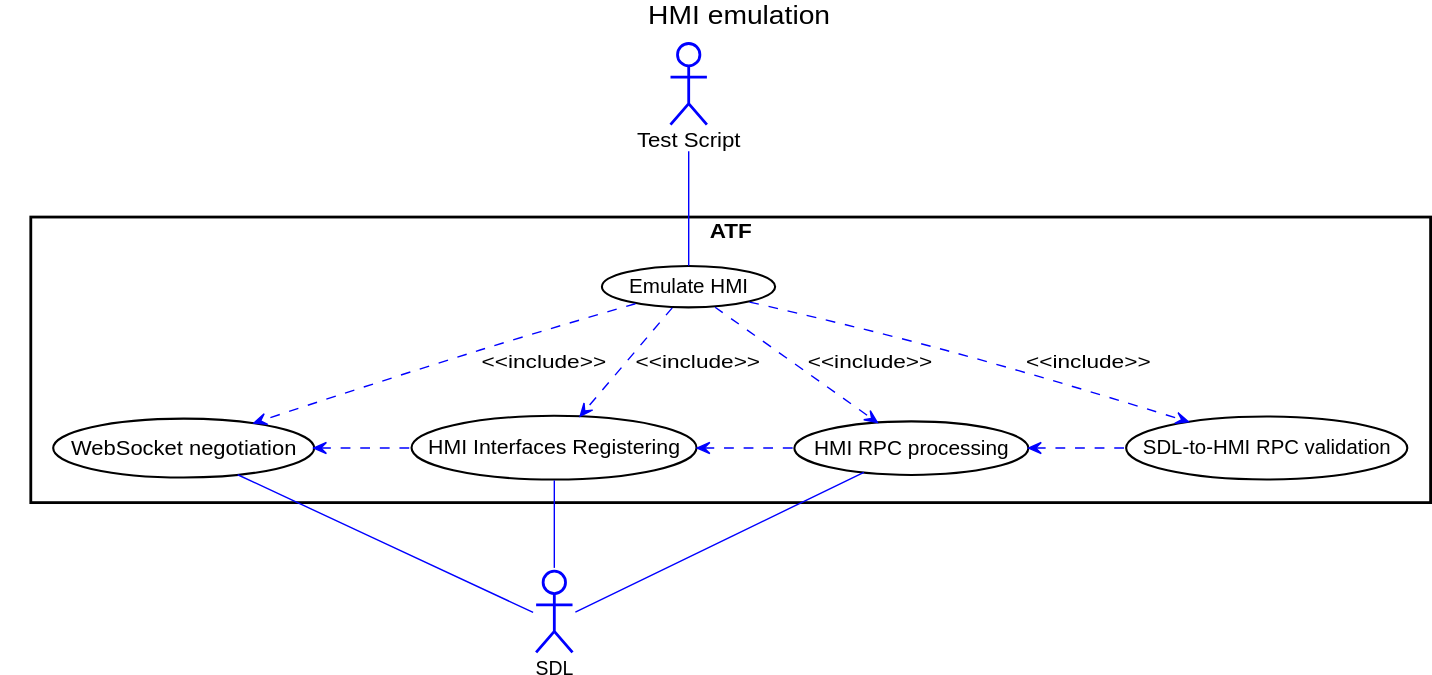
smartdevicelink/sdl_core_guides keeps this PlantUML diagram as docs/ATF/Use Case View/assets/6_manipulations_hmi.svg. Above is the earlier version. Its source is kept beside it as docs/ATF/Use Case View/assets/6_manipulations_hmi.plantuml. Source of this version:
```plantuml
@startuml

skinparam shadowing false
skinparam actorBackgroundColor white
skinparam actorBorderColor blue
skinparam usecase {
	BackgroundColor white
	BorderColor black

	ArrowColor blue
	ActorBorderColor blue
}
title HMI emulation

actor "Test Script" as :script:
actor :SDL:
rectangle ATF {
    usecase (Emulate HMI)                  as (e_hmi)
    usecase (WebSocket negotiation)        as (negotiation)
    usecase (HMI Interfaces Registering)   as (interfaces)
    usecase (HMI RPC processing)           as (processing)
    usecase (SDL-to-HMI RPC validation)    as (validation)
}

:script: -- (e_hmi)

(e_hmi) ..> (negotiation): <<include>>
(e_hmi) ..> (interfaces) : <<include>>
(e_hmi) ..> (processing) : <<include>>
(e_hmi) ..> (validation) : <<include>>

(negotiation) <. (interfaces)
(interfaces)  <. (processing)
(processing)  <. (validation)

:SDL: -up- (negotiation)
:SDL: -up- (interfaces)
:SDL: -up- (processing)

@enduml
```
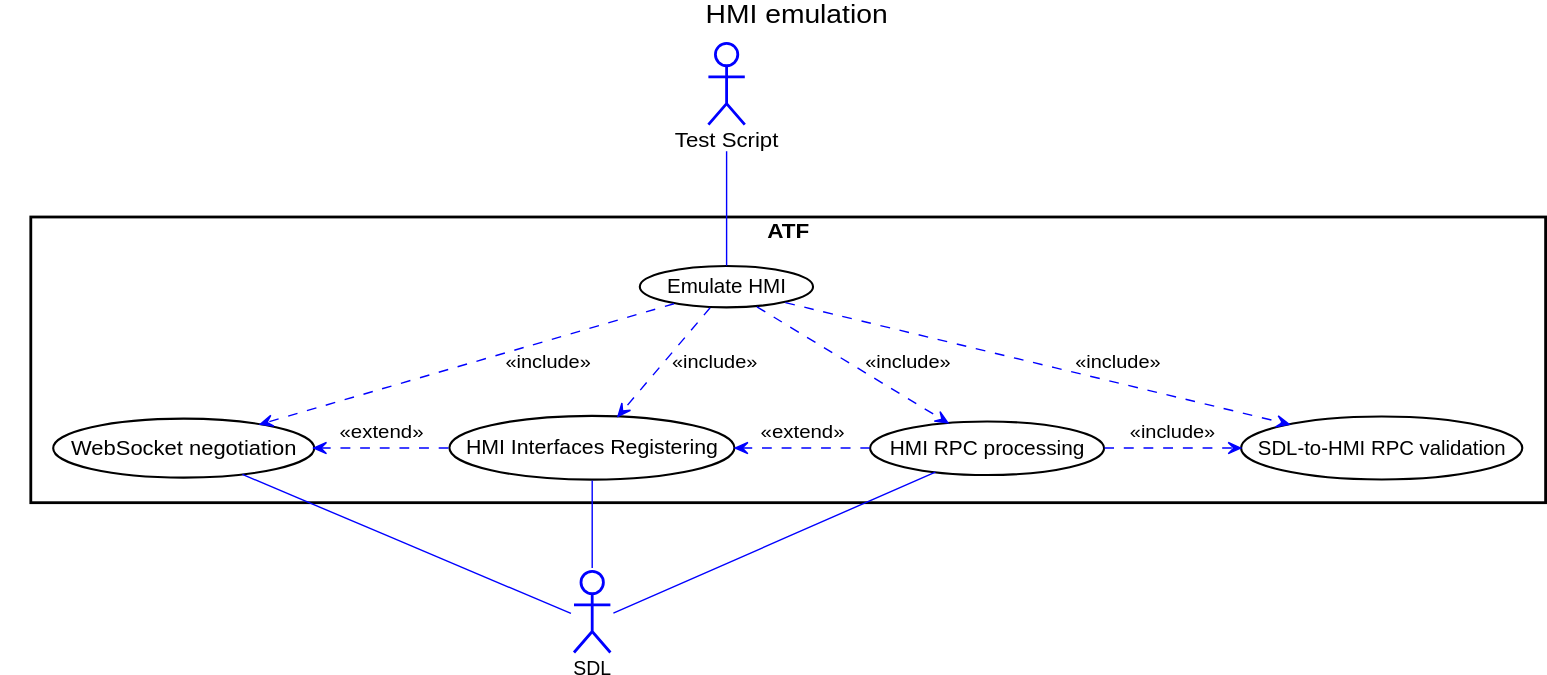
The same diagram one commit later.

The edit, as a diff of the source:
```diff
@@ -29,9 +29,10 @@
 (e_hmi) ..> (processing) : <<include>>
 (e_hmi) ..> (validation) : <<include>>
 
-(negotiation) <. (interfaces)
-(interfaces)  <. (processing)
-(processing)  <. (validation)
+(negotiation) <. (interfaces) : <<extend>>
+(interfaces)  <. (processing) : <<extend>>
+
+(processing)  .> (validation) : <<include>>
 
 :SDL: -up- (negotiation)
 :SDL: -up- (interfaces)
```
